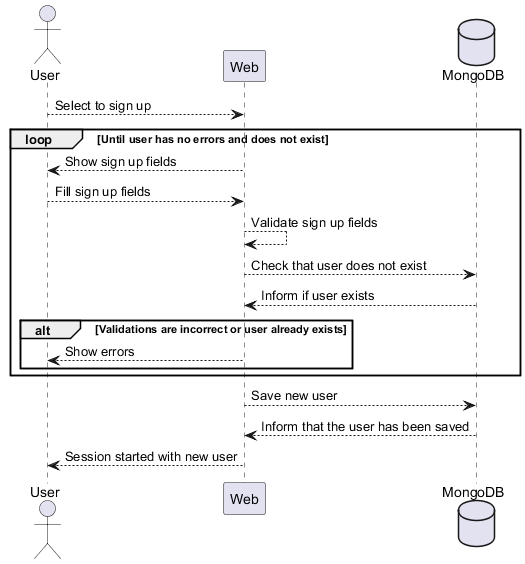
Above: images/SignUp.png in Arquisoft/wichat_en3b (PlantUML), before the change. Its diagram source:
```plantuml
@startuml
actor User
participant Web
database MongoDB

User --> Web: Select to sign up

loop Until user has no errors and does not exist
    Web --> User: Show sign up fields
    User --> Web: Fill sign up fields
    Web --> Web: Validate sign up fields
    Web --> MongoDB: Check that user does not exist
    MongoDB --> Web: Inform if user exists

    alt Validations are incorrect or user already exists
        Web --> User: Show errors
    end
end

Web --> MongoDB: Save new user
MongoDB --> Web: Inform that the user has been saved
Web --> User: Session started with new user
@enduml
```
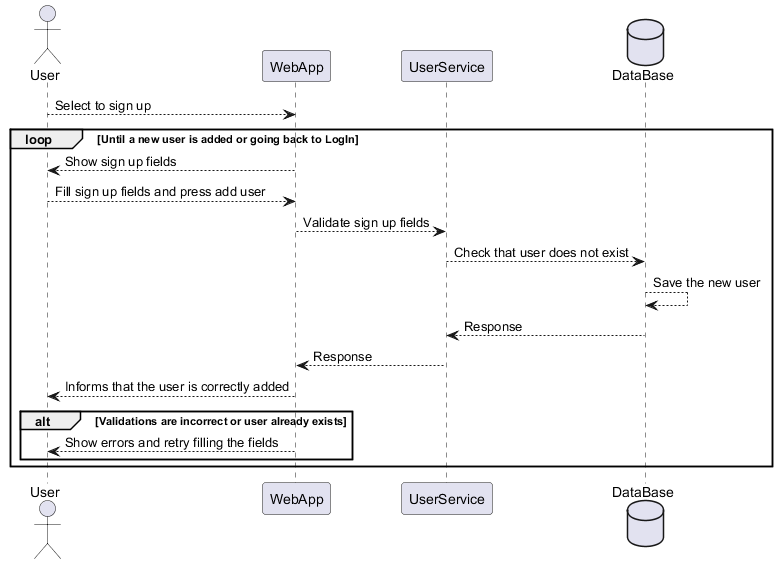
After the commit.

Change to the diagram source:
```diff
@@ -1,23 +1,27 @@
 @startuml
+
 actor User
-participant Web
-database MongoDB
+participant WebApp
+participant UserService
+database DataBase
 
-User --> Web: Select to sign up
 
-loop Until user has no errors and does not exist
-    Web --> User: Show sign up fields
-    User --> Web: Fill sign up fields
-    Web --> Web: Validate sign up fields
-    Web --> MongoDB: Check that user does not exist
-    MongoDB --> Web: Inform if user exists
+User --> WebApp: Select to sign up
+
+loop Until a new user is added or going back to LogIn
+    WebApp --> User: Show sign up fields
+    User --> WebApp: Fill sign up fields and press add user
+    WebApp --> UserService: Validate sign up fields
+    UserService --> DataBase: Check that user does not exist
+    DataBase --> DataBase: Save the new user
+    DataBase --> UserService: Response
+    UserService --> WebApp: Response
+    WebApp --> User: Informs that the user is correctly added
 
     alt Validations are incorrect or user already exists
-        Web --> User: Show errors
+        WebApp --> User: Show errors and retry filling the fields
     end
 end
 
-Web --> MongoDB: Save new user
-MongoDB --> Web: Inform that the user has been saved
-Web --> User: Session started with new user
+
 @enduml
```
